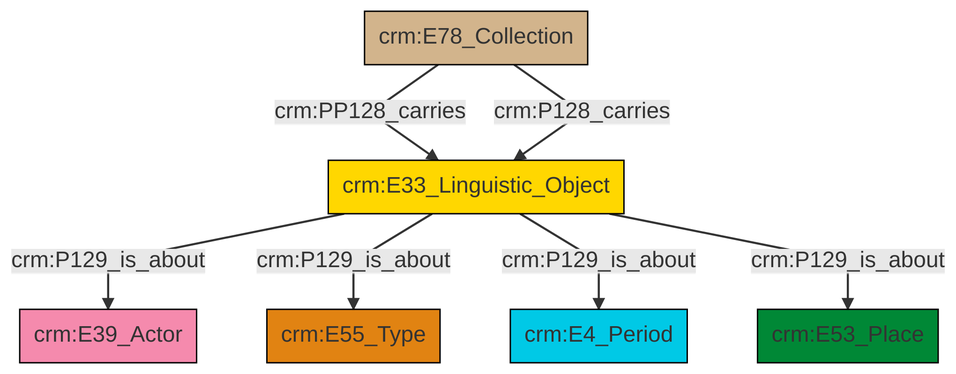
Before: et/archivalCSV/ttl/mmd/png/archival_aboutness.png, a diagram exported from Mermaid (swiss-art-research-net/docs.swissartresearch). Its source is kept beside it as et/archivalCSV/ttl/mmd/archival_aboutness.ttl.mmd.
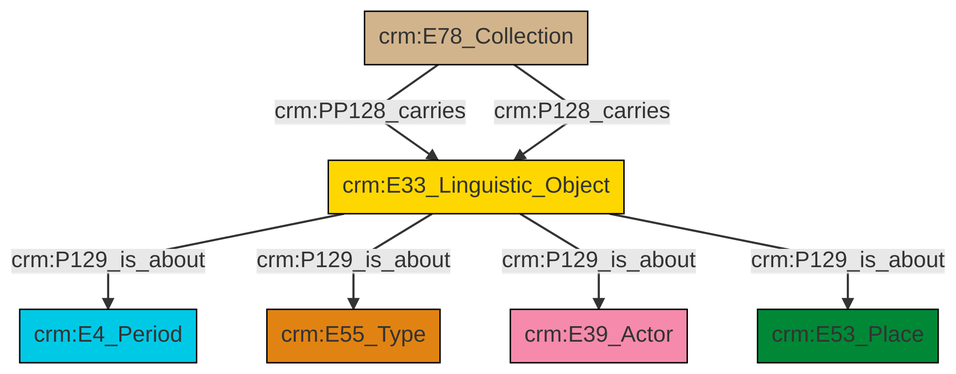
The same file after the commit.

What changed in the source:
```diff
@@ -13,9 +13,9 @@
 classDef PC_Classes fill:#4ce600, stroke:#000000;
 classDef Multi fill:#cccccc,stroke:#000000;
 
-0["crm:E33_Linguistic_Object"]:::Conceptual_Object -->|crm:P129_is_about| 1["crm:E39_Actor"]:::Actor
-0["crm:E33_Linguistic_Object"]:::Conceptual_Object -->|crm:P129_is_about| 2["crm:E55_Type"]:::Type
-0["crm:E33_Linguistic_Object"]:::Conceptual_Object -->|crm:P129_is_about| 9["crm:E4_Period"]:::Temporal_Entity
-0["crm:E33_Linguistic_Object"]:::Conceptual_Object -->|crm:P129_is_about| 7["crm:E53_Place"]:::Place
-3["crm:E78_Collection"]:::Physical_Thing -->|crm:PP128_carries| 0["crm:E33_Linguistic_Object"]:::Conceptual_Object
-3["crm:E78_Collection"]:::Physical_Thing -->|crm:P128_carries| 0["crm:E33_Linguistic_Object"]:::Conceptual_Object
+2["crm:E33_Linguistic_Object"]:::Conceptual_Object -->|crm:P129_is_about| 3["crm:E4_Period"]:::Temporal_Entity
+2["crm:E33_Linguistic_Object"]:::Conceptual_Object -->|crm:P129_is_about| 4["crm:E55_Type"]:::Type
+2["crm:E33_Linguistic_Object"]:::Conceptual_Object -->|crm:P129_is_about| 0["crm:E39_Actor"]:::Actor
+6["crm:E78_Collection"]:::Physical_Thing -->|crm:PP128_carries| 2["crm:E33_Linguistic_Object"]:::Conceptual_Object
+6["crm:E78_Collection"]:::Physical_Thing -->|crm:P128_carries| 2["crm:E33_Linguistic_Object"]:::Conceptual_Object
+2["crm:E33_Linguistic_Object"]:::Conceptual_Object -->|crm:P129_is_about| 7["crm:E53_Place"]:::Place
```
